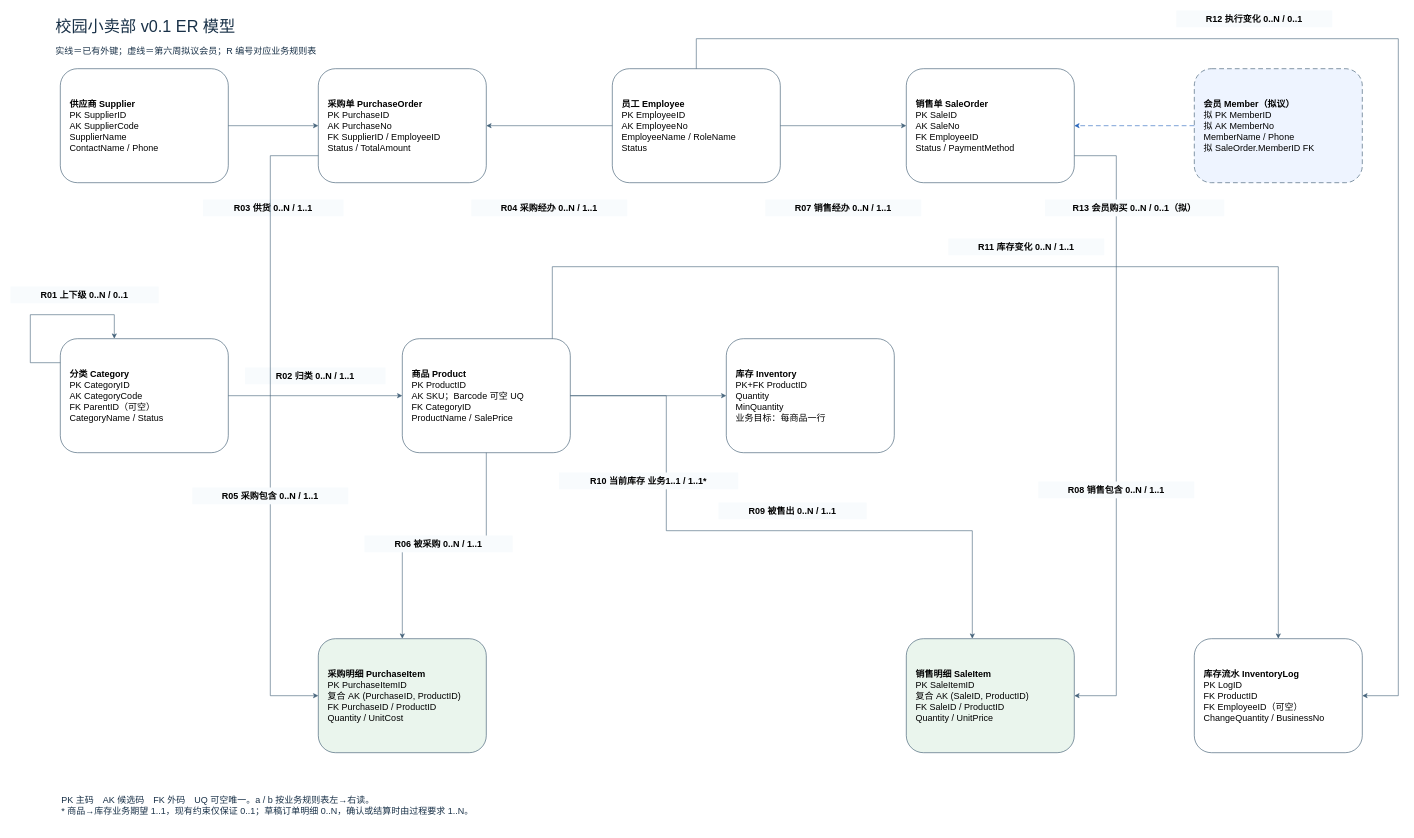
Before: submissions/v1.0-final/docs/week5-er/week5-er.drawio in yunf161/DataBase-2026-lab, a draw.io diagram. Source tidied: cells renumbered, new cells numbered last; positions are measured from the earlier drawing's top-left corner, leaving out a move shared by most shapes. Both pictures are drawn from the tidied source at 60%, with x=0, y=0 at pixel (10, 10).
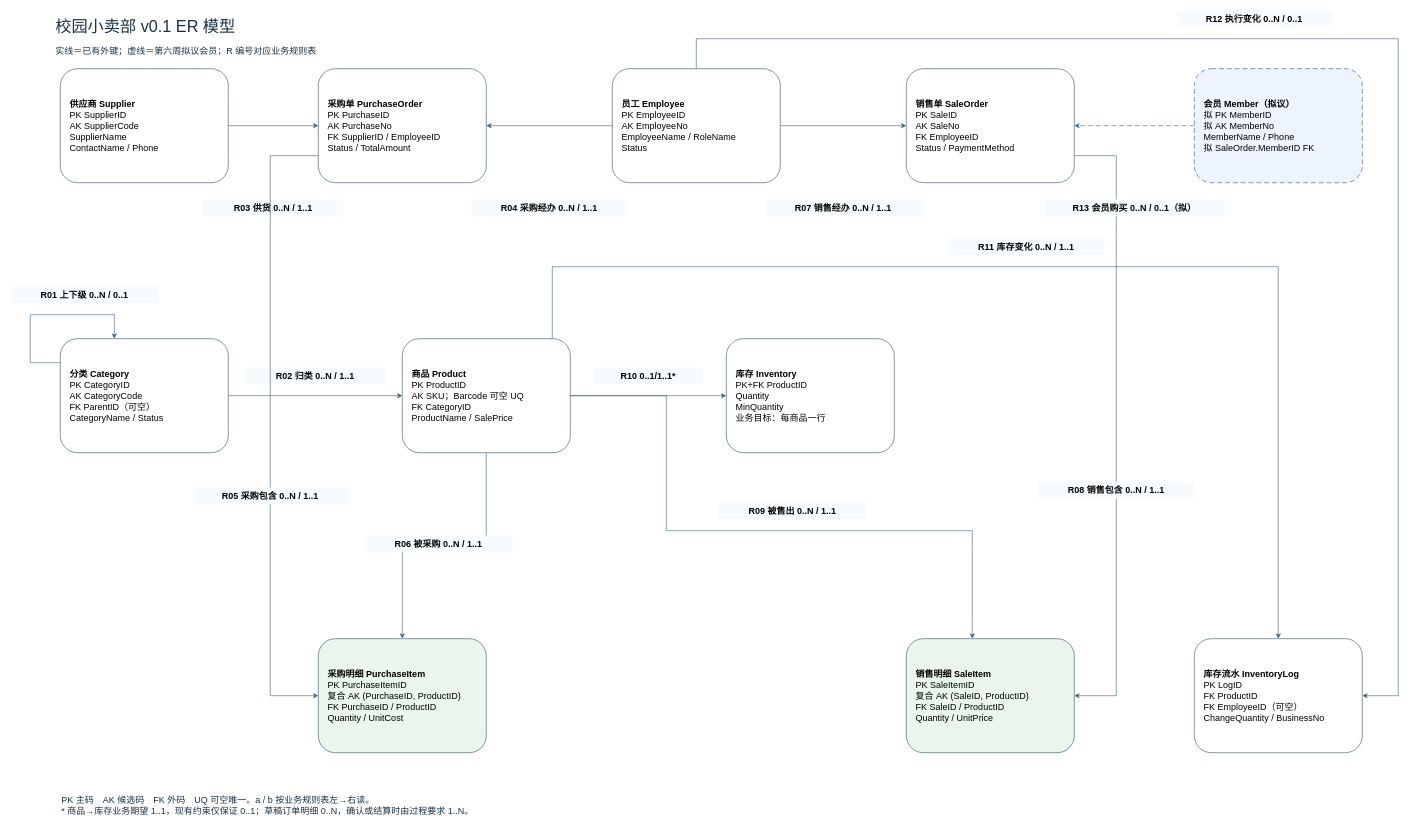
After the change.

Diff of the diagram source:
```diff
@@
-    <mxCell id="35" value="R10 当前库存 业务1..1 / 1..1*" style="text;html=1;align=center;verticalAlign=middle;fontSize=15;fontStyle=1;fillColor=#f8fbfd;strokeColor=none;whiteSpace=wrap;" parent="1" vertex="1">
-      <mxGeometry x="914" y="770" width="299" height="28" as="geometry" />
+    <mxCell id="35" value="R10 0..1/1..1*" style="text;html=1;align=center;verticalAlign=middle;fontSize=15;fontStyle=1;fillColor=#f8fbfd;strokeColor=none;whiteSpace=wrap;" parent="1" vertex="1">
+      <mxGeometry x="972" y="595" width="182" height="28" as="geometry" />
     </mxCell>
```
